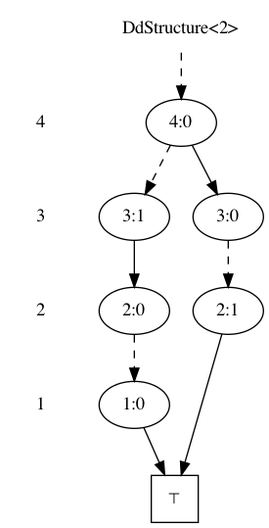
Earlier version of the Graphviz export test.png (fujiyamaorange/frontier-tdzdd-task). Its source is kept beside it as test.dot.
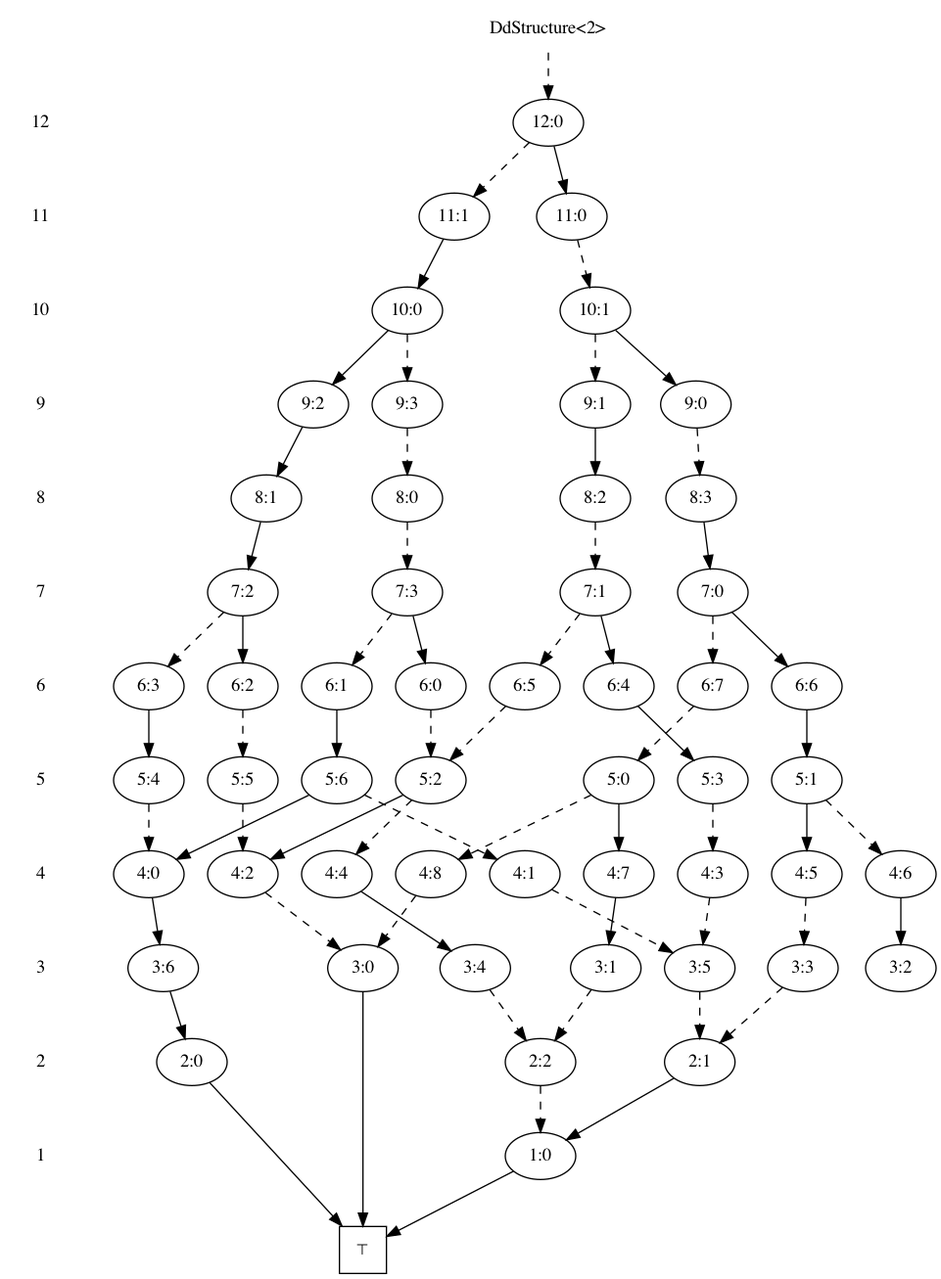
Later version of the same file.

The edit, as a diff of the source:
```diff
@@ -1,27 +1,152 @@
 digraph "DdStructure<2>" {
+  12 [shape=none,label="12"];
+  11 [shape=none,label="11"];
+  10 [shape=none,label="10"];
+  9 [shape=none,label="9"];
+  8 [shape=none,label="8"];
+  7 [shape=none,label="7"];
+  6 [shape=none,label="6"];
+  5 [shape=none,label="5"];
   4 [shape=none,label="4"];
   3 [shape=none,label="3"];
   2 [shape=none,label="2"];
   1 [shape=none,label="1"];
+  12 -> 11 [style=invis];
+  11 -> 10 [style=invis];
+  10 -> 9 [style=invis];
+  9 -> 8 [style=invis];
+  8 -> 7 [style=invis];
+  7 -> 6 [style=invis];
+  6 -> 5 [style=invis];
+  5 -> 4 [style=invis];
   4 -> 3 [style=invis];
   3 -> 2 [style=invis];
   2 -> 1 [style=invis];
   "^" [shape=none,label="DdStructure<2>"];
-  "^" -> "4:0" [style=dashed];
-  "4:0" [label="4:0"];
-  "4:0" -> "3:0" [style=dashed];
-  "4:0" -> "3:1" [style=solid];
-  {rank=same; 4; "4:0"}
-  "3:1" [label="3:0"];
-  "3:0" [label="3:1"];
-  "3:0" -> "2:1" [style=solid];
-  "3:1" -> "2:0" [style=dashed];
-  {rank=same; 3; "3:0"; "3:1"}
-  "2:1" [label="2:0"];
-  "2:0" [label="2:1"];
-  "2:0" -> "0:2" [style=solid];
-  "2:1" -> "1:0" [style=dashed];
-  {rank=same; 2; "2:0"; "2:1"}
+  "^" -> "12:0" [style=dashed];
+  "12:0" [label="12:0"];
+  "12:0" -> "11:0" [style=dashed];
+  "12:0" -> "11:1" [style=solid];
+  {rank=same; 12; "12:0"}
+  "11:1" [label="11:0"];
+  "11:0" [label="11:1"];
+  "11:0" -> "10:1" [style=solid];
+  "11:1" -> "10:0" [style=dashed];
+  {rank=same; 11; "11:0"; "11:1"}
+  "10:1" [label="10:0"];
+  "10:0" [label="10:1"];
+  "10:0" -> "9:2" [style=dashed];
+  "10:0" -> "9:3" [style=solid];
+  "10:1" -> "9:0" [style=dashed];
+  "10:1" -> "9:1" [style=solid];
+  {rank=same; 10; "10:0"; "10:1"}
+  "9:3" [label="9:0"];
+  "9:2" [label="9:1"];
+  "9:1" [label="9:2"];
+  "9:0" [label="9:3"];
+  "9:0" -> "8:3" [style=dashed];
+  "9:1" -> "8:2" [style=solid];
+  "9:2" -> "8:1" [style=solid];
+  "9:3" -> "8:0" [style=dashed];
+  {rank=same; 9; "9:0"; "9:1"; "9:2"; "9:3"}
+  "8:3" [label="8:0"];
+  "8:2" [label="8:1"];
+  "8:1" [label="8:2"];
+  "8:0" [label="8:3"];
+  "8:0" -> "7:3" [style=solid];
+  "8:1" -> "7:2" [style=dashed];
+  "8:2" -> "7:1" [style=solid];
+  "8:3" -> "7:0" [style=dashed];
+  {rank=same; 8; "8:0"; "8:1"; "8:2"; "8:3"}
+  "7:3" [label="7:0"];
+  "7:2" [label="7:1"];
+  "7:1" [label="7:2"];
+  "7:0" [label="7:3"];
+  "7:0" -> "6:6" [style=dashed];
+  "7:0" -> "6:7" [style=solid];
+  "7:1" -> "6:4" [style=dashed];
+  "7:1" -> "6:5" [style=solid];
+  "7:2" -> "6:2" [style=dashed];
+  "7:2" -> "6:3" [style=solid];
+  "7:3" -> "6:0" [style=dashed];
+  "7:3" -> "6:1" [style=solid];
+  {rank=same; 7; "7:0"; "7:1"; "7:2"; "7:3"}
+  "6:7" [label="6:0"];
+  "6:6" [label="6:1"];
+  "6:5" [label="6:2"];
+  "6:4" [label="6:3"];
+  "6:3" [label="6:4"];
+  "6:2" [label="6:5"];
+  "6:1" [label="6:6"];
+  "6:0" [label="6:7"];
+  "6:0" -> "5:6" [style=dashed];
+  "6:1" -> "5:5" [style=solid];
+  "6:2" -> "5:0" [style=dashed];
+  "6:3" -> "5:4" [style=solid];
+  "6:4" -> "5:3" [style=solid];
+  "6:5" -> "5:2" [style=dashed];
+  "6:6" -> "5:1" [style=solid];
+  "6:7" -> "5:0" [style=dashed];
+  {rank=same; 6; "6:0"; "6:1"; "6:2"; "6:3"; "6:4"; "6:5"; "6:6"; "6:7"}
+  "5:6" [label="5:0"];
+  "5:5" [label="5:1"];
+  "5:4" [label="5:3"];
+  "5:3" [label="5:4"];
+  "5:2" [label="5:5"];
+  "5:1" [label="5:6"];
+  "5:0" [label="5:2"];
+  "5:0" -> "4:8" [style=dashed];
+  "5:0" -> "4:6" [style=solid];
+  "5:1" -> "4:7" [style=dashed];
+  "5:1" -> "4:5" [style=solid];
+  "5:2" -> "4:6" [style=dashed];
+  "5:3" -> "4:5" [style=dashed];
+  "5:4" -> "4:4" [style=dashed];
+  "5:5" -> "4:2" [style=dashed];
+  "5:5" -> "4:3" [style=solid];
+  "5:6" -> "4:0" [style=dashed];
+  "5:6" -> "4:1" [style=solid];
+  {rank=same; 5; "5:0"; "5:1"; "5:2"; "5:3"; "5:4"; "5:5"; "5:6"}
+  "4:8" [label="4:4"];
+  "4:7" [label="4:1"];
+  "4:6" [label="4:2"];
+  "4:5" [label="4:0"];
+  "4:4" [label="4:3"];
+  "4:3" [label="4:5"];
+  "4:2" [label="4:6"];
+  "4:1" [label="4:7"];
+  "4:0" [label="4:8"];
+  "4:0" -> "3:2" [style=dashed];
+  "4:1" -> "3:6" [style=solid];
+  "4:2" -> "3:5" [style=solid];
+  "4:3" -> "3:4" [style=dashed];
+  "4:4" -> "3:1" [style=dashed];
+  "4:5" -> "3:3" [style=solid];
+  "4:6" -> "3:2" [style=dashed];
+  "4:7" -> "3:1" [style=dashed];
+  "4:8" -> "3:0" [style=solid];
+  {rank=same; 4; "4:0"; "4:1"; "4:2"; "4:3"; "4:4"; "4:5"; "4:6"; "4:7"; "4:8"}
+  "3:6" [label="3:1"];
+  "3:5" [label="3:2"];
+  "3:4" [label="3:3"];
+  "3:3" [label="3:6"];
+  "3:2" [label="3:0"];
+  "3:1" [label="3:5"];
+  "3:0" [label="3:4"];
+  "3:0" -> "2:0" [style=dashed];
+  "3:1" -> "2:1" [style=dashed];
+  "3:2" -> "0:2" [style=solid];
+  "3:3" -> "2:2" [style=solid];
+  "3:4" -> "2:1" [style=dashed];
+  "3:6" -> "2:0" [style=dashed];
+  {rank=same; 3; "3:0"; "3:1"; "3:2"; "3:3"; "3:4"; "3:5"; "3:6"}
+  "2:2" [label="2:0"];
+  "2:1" [label="2:1"];
+  "2:0" [label="2:2"];
+  "2:0" -> "1:0" [style=dashed];
+  "2:1" -> "1:0" [style=solid];
+  "2:2" -> "0:2" [style=solid];
+  {rank=same; 2; "2:0"; "2:1"; "2:2"}
   "1:0" [label="1:0"];
   "1:0" -> "0:2" [style=solid];
   {rank=same; 1; "1:0"}
```
